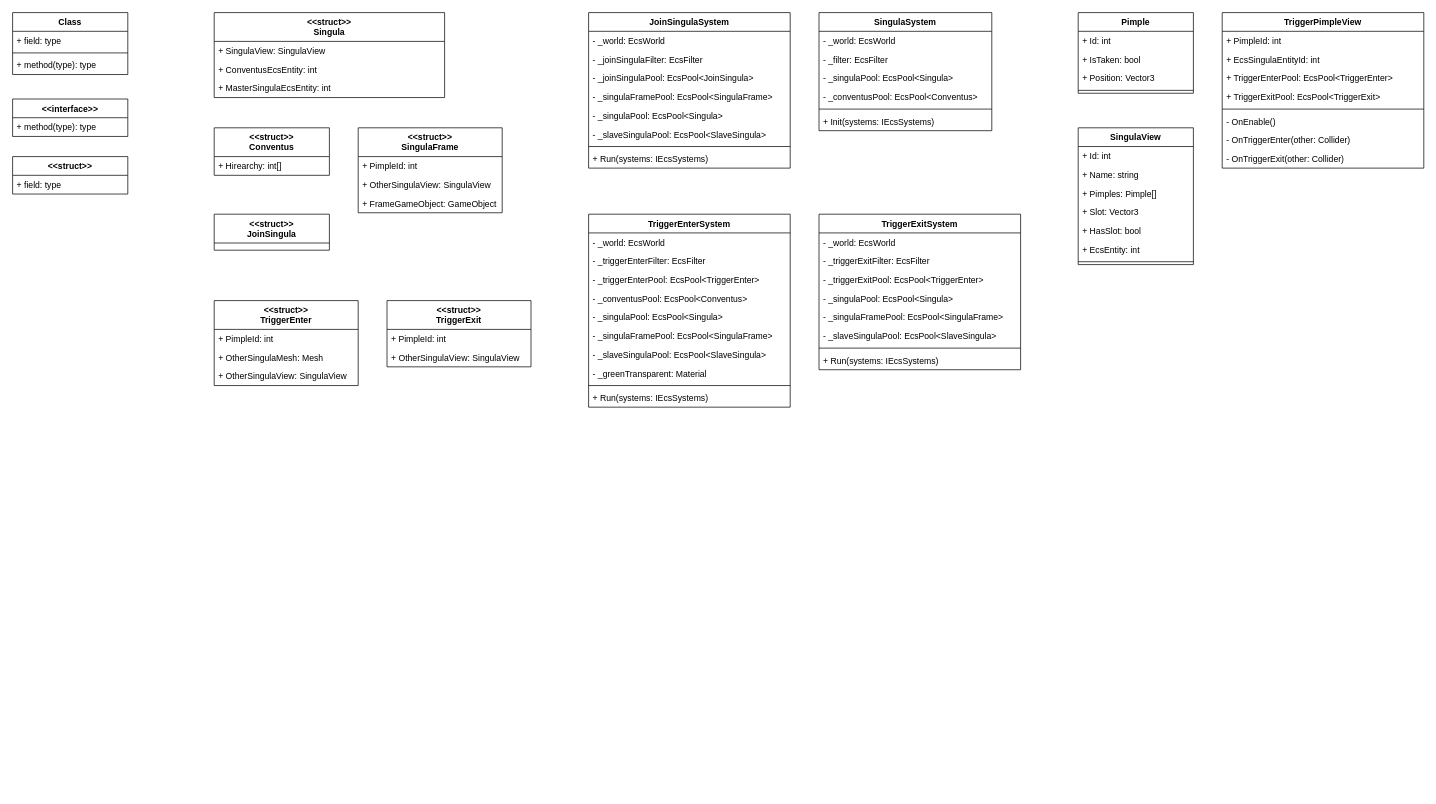
Above: page "New Class Diagram (ECS)" (3 of 3) of Diagrams/Architecture.drawio in Ambashadur/Construct (draw.io), before the change. Source tidied: cells renumbered, new cells numbered last; positions are measured from the earlier drawing's top-left corner, leaving out a move shared by most shapes. Both pictures are drawn from the tidied source at 72%, with x=0, y=0 at pixel (12, 12).
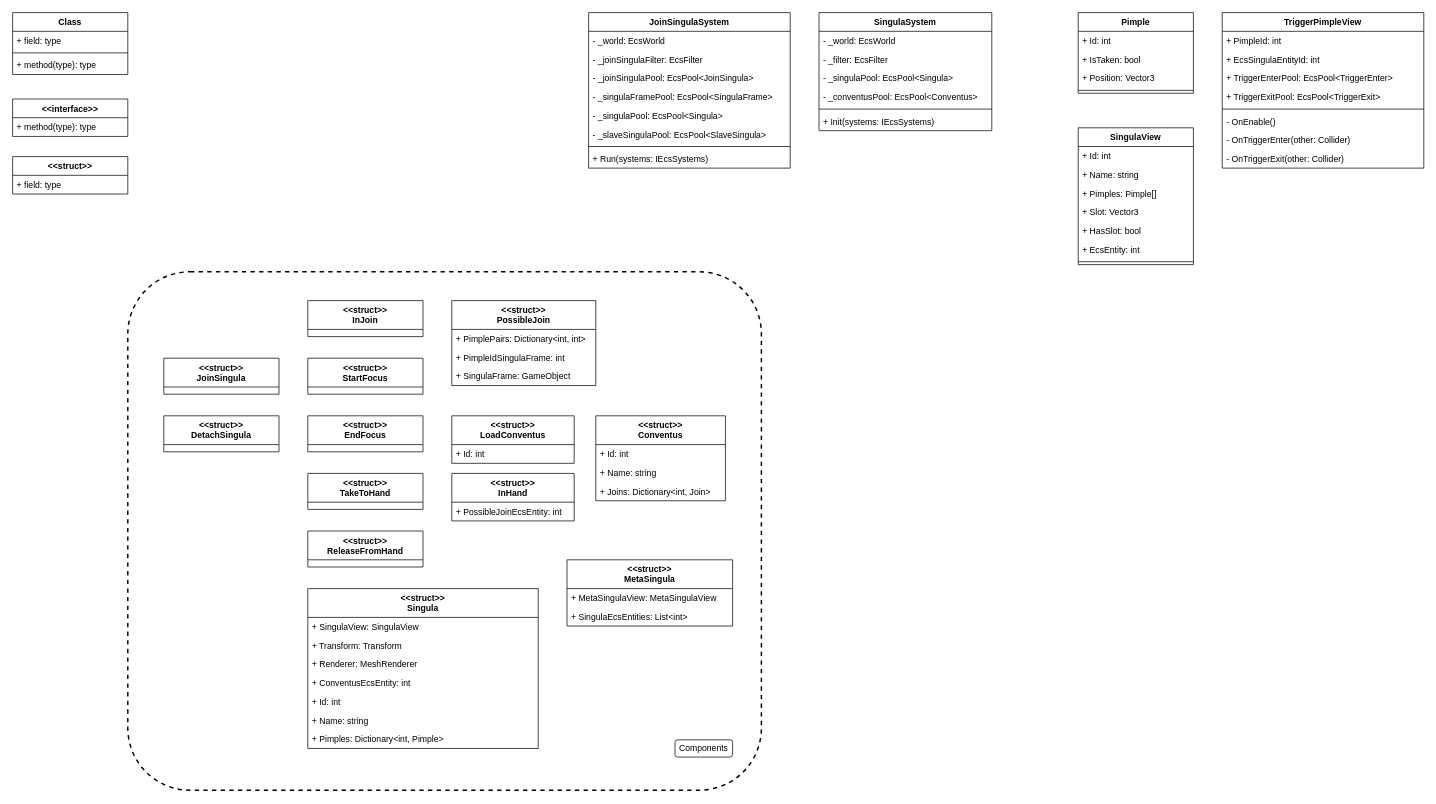
The same page after the edit.

What changed in the source:
```diff
@@
+    <mxCell id="86" style="rounded=1;whiteSpace=wrap;html=1;dashed=1;strokeWidth=2;fillColor=none;arcSize=12;" parent="1" vertex="1">
+      <mxGeometry x="160" y="360" width="880" height="720" as="geometry" />
+    </mxCell>
@@
     <mxCell id="10" value="&lt;&lt;struct&gt;&gt;&#10;Singula" style="swimlane;fontStyle=1;align=center;verticalAlign=top;horizontal=1;startSize=40;" parent="1" vertex="1">
-      <mxGeometry x="280" width="320" height="118" as="geometry" />
+      <mxGeometry x="410" y="800" width="320" height="222" as="geometry" />
     </mxCell>
@@
+    <mxCell id="87" value="+ Transform: Transform" style="text;strokeColor=none;fillColor=none;align=left;verticalAlign=top;spacingLeft=4;spacingRight=4;overflow=hidden;" parent="10" vertex="1">
+      <mxGeometry y="66" width="320" height="26" as="geometry" />
+    </mxCell>
+    <mxCell id="88" value="+ Renderer: MeshRenderer" style="text;strokeColor=none;fillColor=none;align=left;verticalAlign=top;spacingLeft=4;spacingRight=4;overflow=hidden;" parent="10" vertex="1">
+      <mxGeometry y="92" width="320" height="26" as="geometry" />
+    </mxCell>
     <mxCell id="12" value="+ ConventusEcsEntity: int" style="text;strokeColor=none;fillColor=none;align=left;verticalAlign=top;spacingLeft=4;spacingRight=4;overflow=hidden;" parent="10" vertex="1">
-      <mxGeometry y="66" width="320" height="26" as="geometry" />
+      <mxGeometry y="118" width="320" height="26" as="geometry" />
     </mxCell>
-    <mxCell id="13" value="+ MasterSingulaEcsEntity: int" style="text;strokeColor=none;fillColor=none;align=left;verticalAlign=top;spacingLeft=4;spacingRight=4;overflow=hidden;" parent="10" vertex="1">
-      <mxGeometry y="92" width="320" height="26" as="geometry" />
+    <mxCell id="13" value="+ Id: int" style="text;strokeColor=none;fillColor=none;align=left;verticalAlign=top;spacingLeft=4;spacingRight=4;overflow=hidden;" parent="10" vertex="1">
+      <mxGeometry y="144" width="320" height="26" as="geometry" />
     </mxCell>
+    <mxCell id="89" value="+ Name: string" style="text;strokeColor=none;fillColor=none;align=left;verticalAlign=top;spacingLeft=4;spacingRight=4;overflow=hidden;" parent="10" vertex="1">
+      <mxGeometry y="170" width="320" height="26" as="geometry" />
+    </mxCell>
+    <mxCell id="90" value="+ Pimples: Dictionary&lt;int, Pimple&gt;" style="text;strokeColor=none;fillColor=none;align=left;verticalAlign=top;spacingLeft=4;spacingRight=4;overflow=hidden;" parent="10" vertex="1">
+      <mxGeometry y="196" width="320" height="26" as="geometry" />
+    </mxCell>
     <mxCell id="14" value="&lt;&lt;struct&gt;&gt;&#10;Conventus" style="swimlane;fontStyle=1;align=center;verticalAlign=top;horizontal=1;startSize=40;" parent="1" vertex="1">
-      <mxGeometry x="280" y="160" width="160" height="66" as="geometry" />
+      <mxGeometry x="810" y="560" width="180" height="118" as="geometry" />
     </mxCell>
-    <mxCell id="15" value="+ Hirearchy: int[]" style="text;strokeColor=none;fillColor=none;align=left;verticalAlign=top;spacingLeft=4;spacingRight=4;overflow=hidden;" parent="14" vertex="1">
-      <mxGeometry y="40" width="160" height="26" as="geometry" />
+    <mxCell id="15" value="+ Id: int" style="text;strokeColor=none;fillColor=none;align=left;verticalAlign=top;spacingLeft=4;spacingRight=4;overflow=hidden;" parent="14" vertex="1">
+      <mxGeometry y="40" width="180" height="26" as="geometry" />
     </mxCell>
+    <mxCell id="91" value="+ Name: string" style="text;strokeColor=none;fillColor=none;align=left;verticalAlign=top;spacingLeft=4;spacingRight=4;overflow=hidden;" parent="14" vertex="1">
+      <mxGeometry y="66" width="180" height="26" as="geometry" />
+    </mxCell>
+    <mxCell id="92" value="+ Joins: Dictionary&lt;int, Join&gt;" style="text;strokeColor=none;fillColor=none;align=left;verticalAlign=top;spacingLeft=4;spacingRight=4;overflow=hidden;" parent="14" vertex="1">
+      <mxGeometry y="92" width="180" height="26" as="geometry" />
+    </mxCell>
     <mxCell id="16" value="&lt;&lt;struct&gt;&gt;&#10;JoinSingula" style="swimlane;fontStyle=1;align=center;verticalAlign=top;horizontal=1;startSize=40;" parent="1" vertex="1">
-      <mxGeometry x="280" y="280" width="160" height="50" as="geometry" />
+      <mxGeometry x="210" y="480" width="160" height="50" as="geometry" />
     </mxCell>
-    <mxCell id="17" value="&lt;&lt;struct&gt;&gt;&#10;SingulaFrame" style="swimlane;fontStyle=1;align=center;verticalAlign=top;horizontal=1;startSize=40;" parent="1" vertex="1">
-      <mxGeometry x="480" y="160" width="200" height="118" as="geometry" />
-    </mxCell>
-    <mxCell id="18" value="+ PimpleId: int" style="text;strokeColor=none;fillColor=none;align=left;verticalAlign=top;spacingLeft=4;spacingRight=4;overflow=hidden;" parent="17" vertex="1">
-      <mxGeometry y="40" width="200" height="26" as="geometry" />
-    </mxCell>
-    <mxCell id="19" value="+ OtherSingulaView: SingulaView" style="text;strokeColor=none;fillColor=none;align=left;verticalAlign=top;spacingLeft=4;spacingRight=4;overflow=hidden;" parent="17" vertex="1">
-      <mxGeometry y="66" width="200" height="26" as="geometry" />
-    </mxCell>
-    <mxCell id="20" value="+ FrameGameObject: GameObject" style="text;strokeColor=none;fillColor=none;align=left;verticalAlign=top;spacingLeft=4;spacingRight=4;overflow=hidden;" parent="17" vertex="1">
-      <mxGeometry y="92" width="200" height="26" as="geometry" />
-    </mxCell>
-    <mxCell id="21" value="&lt;&lt;struct&gt;&gt;&#10;TriggerEnter" style="swimlane;fontStyle=1;align=center;verticalAlign=top;horizontal=1;startSize=40;" parent="1" vertex="1">
-      <mxGeometry x="280" y="400" width="200" height="118" as="geometry" />
-    </mxCell>
-    <mxCell id="22" value="+ PimpleId: int" style="text;strokeColor=none;fillColor=none;align=left;verticalAlign=top;spacingLeft=4;spacingRight=4;overflow=hidden;" parent="21" vertex="1">
-      <mxGeometry y="40" width="200" height="26" as="geometry" />
-    </mxCell>
-    <mxCell id="23" value="+ OtherSingulaMesh: Mesh" style="text;strokeColor=none;fillColor=none;align=left;verticalAlign=top;spacingLeft=4;spacingRight=4;overflow=hidden;" parent="21" vertex="1">
-      <mxGeometry y="66" width="200" height="26" as="geometry" />
-    </mxCell>
-    <mxCell id="24" value="+ OtherSingulaView: SingulaView" style="text;strokeColor=none;fillColor=none;align=left;verticalAlign=top;spacingLeft=4;spacingRight=4;overflow=hidden;" parent="21" vertex="1">
-      <mxGeometry y="92" width="200" height="26" as="geometry" />
-    </mxCell>
-    <mxCell id="25" value="&lt;&lt;struct&gt;&gt;&#10;TriggerExit" style="swimlane;fontStyle=1;align=center;verticalAlign=top;horizontal=1;startSize=40;" parent="1" vertex="1">
-      <mxGeometry x="520" y="400" width="200" height="92" as="geometry" />
-    </mxCell>
-    <mxCell id="26" value="+ PimpleId: int" style="text;strokeColor=none;fillColor=none;align=left;verticalAlign=top;spacingLeft=4;spacingRight=4;overflow=hidden;" parent="25" vertex="1">
-      <mxGeometry y="40" width="200" height="26" as="geometry" />
-    </mxCell>
-    <mxCell id="27" value="+ OtherSingulaView: SingulaView" style="text;strokeColor=none;fillColor=none;align=left;verticalAlign=top;spacingLeft=4;spacingRight=4;overflow=hidden;" parent="25" vertex="1">
-      <mxGeometry y="66" width="200" height="26" as="geometry" />
-    </mxCell>
@@
-    <mxCell id="37" value="TriggerEnterSystem" style="swimlane;fontStyle=1;align=center;verticalAlign=top;horizontal=1;startSize=26;" parent="1" vertex="1">
-      <mxGeometry x="800" y="280" width="280" height="268" as="geometry" />
-    </mxCell>
-    <mxCell id="38" value="- _world: EcsWorld" style="text;strokeColor=none;fillColor=none;align=left;verticalAlign=top;spacingLeft=4;spacingRight=4;overflow=hidden;" parent="37" vertex="1">
-      <mxGeometry y="26" width="280" height="26" as="geometry" />
-    </mxCell>
-    <mxCell id="39" value="- _triggerEnterFilter: EcsFilter" style="text;strokeColor=none;fillColor=none;align=left;verticalAlign=top;spacingLeft=4;spacingRight=4;overflow=hidden;" parent="37" vertex="1">
-      <mxGeometry y="52" width="280" height="26" as="geometry" />
-    </mxCell>
-    <mxCell id="40" value="- _triggerEnterPool: EcsPool&lt;TriggerEnter&gt;" style="text;strokeColor=none;fillColor=none;align=left;verticalAlign=top;spacingLeft=4;spacingRight=4;overflow=hidden;" parent="37" vertex="1">
-      <mxGeometry y="78" width="280" height="26" as="geometry" />
-    </mxCell>
-    <mxCell id="41" value="- _conventusPool: EcsPool&lt;Conventus&gt;" style="text;strokeColor=none;fillColor=none;align=left;verticalAlign=top;spacingLeft=4;spacingRight=4;overflow=hidden;" parent="37" vertex="1">
-      <mxGeometry y="104" width="280" height="26" as="geometry" />
-    </mxCell>
-    <mxCell id="42" value="- _singulaPool: EcsPool&lt;Singula&gt;" style="text;strokeColor=none;fillColor=none;align=left;verticalAlign=top;spacingLeft=4;spacingRight=4;overflow=hidden;" parent="37" vertex="1">
-      <mxGeometry y="130" width="280" height="26" as="geometry" />
-    </mxCell>
-    <mxCell id="43" value="- _singulaFramePool: EcsPool&lt;SingulaFrame&gt;" style="text;strokeColor=none;fillColor=none;align=left;verticalAlign=top;spacingLeft=4;spacingRight=4;overflow=hidden;" parent="37" vertex="1">
-      <mxGeometry y="156" width="280" height="26" as="geometry" />
-    </mxCell>
-    <mxCell id="44" value="- _slaveSingulaPool: EcsPool&lt;SlaveSingula&gt;" style="text;strokeColor=none;fillColor=none;align=left;verticalAlign=top;spacingLeft=4;spacingRight=4;overflow=hidden;" parent="37" vertex="1">
-      <mxGeometry y="182" width="280" height="26" as="geometry" />
-    </mxCell>
-    <mxCell id="45" value="- _greenTransparent: Material" style="text;strokeColor=none;fillColor=none;align=left;verticalAlign=top;spacingLeft=4;spacingRight=4;overflow=hidden;" parent="37" vertex="1">
-      <mxGeometry y="208" width="280" height="26" as="geometry" />
-    </mxCell>
-    <mxCell id="46" style="line;strokeWidth=1;fillColor=none;align=left;verticalAlign=middle;spacingTop=-1;spacingLeft=3;spacingRight=3;labelPosition=right;strokeColor=inherit;" parent="37" vertex="1">
-      <mxGeometry y="234" width="280" height="8" as="geometry" />
-    </mxCell>
-    <mxCell id="47" value="+ Run(systems: IEcsSystems)" style="text;strokeColor=none;fillColor=none;align=left;verticalAlign=top;spacingLeft=4;spacingRight=4;overflow=hidden;" parent="37" vertex="1">
-      <mxGeometry y="242" width="280" height="26" as="geometry" />
-    </mxCell>
@@
-    <mxCell id="55" value="TriggerExitSystem" style="swimlane;fontStyle=1;align=center;verticalAlign=top;horizontal=1;startSize=26;" parent="1" vertex="1">
-      <mxGeometry x="1120" y="280" width="280" height="216" as="geometry" />
-    </mxCell>
-    <mxCell id="56" value="- _world: EcsWorld" style="text;strokeColor=none;fillColor=none;align=left;verticalAlign=top;spacingLeft=4;spacingRight=4;overflow=hidden;" parent="55" vertex="1">
-      <mxGeometry y="26" width="280" height="26" as="geometry" />
-    </mxCell>
-    <mxCell id="57" value="- _triggerExitFilter: EcsFilter" style="text;strokeColor=none;fillColor=none;align=left;verticalAlign=top;spacingLeft=4;spacingRight=4;overflow=hidden;" parent="55" vertex="1">
-      <mxGeometry y="52" width="280" height="26" as="geometry" />
-    </mxCell>
-    <mxCell id="58" value="- _triggerExitPool: EcsPool&lt;TriggerEnter&gt;" style="text;strokeColor=none;fillColor=none;align=left;verticalAlign=top;spacingLeft=4;spacingRight=4;overflow=hidden;" parent="55" vertex="1">
-      <mxGeometry y="78" width="280" height="26" as="geometry" />
-    </mxCell>
-    <mxCell id="59" value="- _singulaPool: EcsPool&lt;Singula&gt;" style="text;strokeColor=none;fillColor=none;align=left;verticalAlign=top;spacingLeft=4;spacingRight=4;overflow=hidden;" parent="55" vertex="1">
-      <mxGeometry y="104" width="280" height="26" as="geometry" />
-    </mxCell>
-    <mxCell id="60" value="- _singulaFramePool: EcsPool&lt;SingulaFrame&gt;" style="text;strokeColor=none;fillColor=none;align=left;verticalAlign=top;spacingLeft=4;spacingRight=4;overflow=hidden;" parent="55" vertex="1">
-      <mxGeometry y="130" width="280" height="26" as="geometry" />
-    </mxCell>
-    <mxCell id="61" value="- _slaveSingulaPool: EcsPool&lt;SlaveSingula&gt;" style="text;strokeColor=none;fillColor=none;align=left;verticalAlign=top;spacingLeft=4;spacingRight=4;overflow=hidden;" parent="55" vertex="1">
-      <mxGeometry y="156" width="280" height="26" as="geometry" />
-    </mxCell>
-    <mxCell id="62" style="line;strokeWidth=1;fillColor=none;align=left;verticalAlign=middle;spacingTop=-1;spacingLeft=3;spacingRight=3;labelPosition=right;strokeColor=inherit;" parent="55" vertex="1">
-      <mxGeometry y="182" width="280" height="8" as="geometry" />
-    </mxCell>
-    <mxCell id="63" value="+ Run(systems: IEcsSystems)" style="text;strokeColor=none;fillColor=none;align=left;verticalAlign=top;spacingLeft=4;spacingRight=4;overflow=hidden;" parent="55" vertex="1">
-      <mxGeometry y="190" width="280" height="26" as="geometry" />
-    </mxCell>
@@
+    <mxCell id="93" value="&lt;&lt;struct&gt;&gt;&#10;DetachSingula" style="swimlane;fontStyle=1;align=center;verticalAlign=top;horizontal=1;startSize=40;" parent="1" vertex="1">
+      <mxGeometry x="210" y="560" width="160" height="50" as="geometry" />
+    </mxCell>
+    <mxCell id="94" value="&lt;&lt;struct&gt;&gt;&#10;EndFocus" style="swimlane;fontStyle=1;align=center;verticalAlign=top;horizontal=1;startSize=40;" parent="1" vertex="1">
+      <mxGeometry x="410" y="560" width="160" height="50" as="geometry" />
+    </mxCell>
+    <mxCell id="95" value="&lt;&lt;struct&gt;&gt;&#10;InHand" style="swimlane;fontStyle=1;align=center;verticalAlign=top;horizontal=1;startSize=40;" parent="1" vertex="1">
+      <mxGeometry x="610" y="640" width="170" height="66" as="geometry" />
+    </mxCell>
+    <mxCell id="96" value="+ PossibleJoinEcsEntity: int" style="text;strokeColor=none;fillColor=none;align=left;verticalAlign=top;spacingLeft=4;spacingRight=4;overflow=hidden;" parent="95" vertex="1">
+      <mxGeometry y="40" width="170" height="26" as="geometry" />
+    </mxCell>
+    <mxCell id="97" value="&lt;&lt;struct&gt;&gt;&#10;InJoin" style="swimlane;fontStyle=1;align=center;verticalAlign=top;horizontal=1;startSize=40;" parent="1" vertex="1">
+      <mxGeometry x="410" y="400" width="160" height="50" as="geometry" />
+    </mxCell>
+    <mxCell id="98" value="&lt;&lt;struct&gt;&gt;&#10;LoadConventus" style="swimlane;fontStyle=1;align=center;verticalAlign=top;horizontal=1;startSize=40;" parent="1" vertex="1">
+      <mxGeometry x="610" y="560" width="170" height="66" as="geometry" />
+    </mxCell>
+    <mxCell id="99" value="+ Id: int" style="text;strokeColor=none;fillColor=none;align=left;verticalAlign=top;spacingLeft=4;spacingRight=4;overflow=hidden;" parent="98" vertex="1">
+      <mxGeometry y="40" width="170" height="26" as="geometry" />
+    </mxCell>
+    <mxCell id="100" value="&lt;&lt;struct&gt;&gt;&#10;MetaSingula" style="swimlane;fontStyle=1;align=center;verticalAlign=top;horizontal=1;startSize=40;" parent="1" vertex="1">
+      <mxGeometry x="770" y="760" width="230" height="92" as="geometry" />
+    </mxCell>
+    <mxCell id="101" value="+ MetaSingulaView: MetaSingulaView" style="text;strokeColor=none;fillColor=none;align=left;verticalAlign=top;spacingLeft=4;spacingRight=4;overflow=hidden;" parent="100" vertex="1">
+      <mxGeometry y="40" width="230" height="26" as="geometry" />
+    </mxCell>
+    <mxCell id="102" value="+ SingulaEcsEntities: List&lt;int&gt;" style="text;strokeColor=none;fillColor=none;align=left;verticalAlign=top;spacingLeft=4;spacingRight=4;overflow=hidden;" parent="100" vertex="1">
+      <mxGeometry y="66" width="230" height="26" as="geometry" />
+    </mxCell>
+    <mxCell id="103" value="&lt;&lt;struct&gt;&gt;&#10;PossibleJoin" style="swimlane;fontStyle=1;align=center;verticalAlign=top;horizontal=1;startSize=40;" parent="1" vertex="1">
+      <mxGeometry x="610" y="400" width="200" height="118" as="geometry" />
+    </mxCell>
+    <mxCell id="104" value="+ PimplePairs: Dictionary&lt;int, int&gt;" style="text;strokeColor=none;fillColor=none;align=left;verticalAlign=top;spacingLeft=4;spacingRight=4;overflow=hidden;" parent="103" vertex="1">
+      <mxGeometry y="40" width="200" height="26" as="geometry" />
+    </mxCell>
+    <mxCell id="105" value="+ PimpleIdSingulaFrame: int" style="text;strokeColor=none;fillColor=none;align=left;verticalAlign=top;spacingLeft=4;spacingRight=4;overflow=hidden;" parent="103" vertex="1">
+      <mxGeometry y="66" width="200" height="26" as="geometry" />
+    </mxCell>
+    <mxCell id="106" value="+ SingulaFrame: GameObject" style="text;strokeColor=none;fillColor=none;align=left;verticalAlign=top;spacingLeft=4;spacingRight=4;overflow=hidden;" parent="103" vertex="1">
+      <mxGeometry y="92" width="200" height="26" as="geometry" />
+    </mxCell>
+    <mxCell id="107" value="&lt;&lt;struct&gt;&gt;&#10;ReleaseFromHand" style="swimlane;fontStyle=1;align=center;verticalAlign=top;horizontal=1;startSize=40;" parent="1" vertex="1">
+      <mxGeometry x="410" y="720" width="160" height="50" as="geometry" />
+    </mxCell>
+    <mxCell id="108" value="&lt;&lt;struct&gt;&gt;&#10;StartFocus" style="swimlane;fontStyle=1;align=center;verticalAlign=top;horizontal=1;startSize=40;" parent="1" vertex="1">
+      <mxGeometry x="410" y="480" width="160" height="50" as="geometry" />
+    </mxCell>
+    <mxCell id="109" value="&lt;&lt;struct&gt;&gt;&#10;TakeToHand" style="swimlane;fontStyle=1;align=center;verticalAlign=top;horizontal=1;startSize=40;" parent="1" vertex="1">
+      <mxGeometry x="410" y="640" width="160" height="50" as="geometry" />
+    </mxCell>
+    <mxCell id="110" value="Components" style="rounded=1;whiteSpace=wrap;html=1;strokeWidth=1;fillColor=#FFFFFF;" parent="1" vertex="1">
+      <mxGeometry x="920" y="1010" width="80" height="24" as="geometry" />
+    </mxCell>
```
